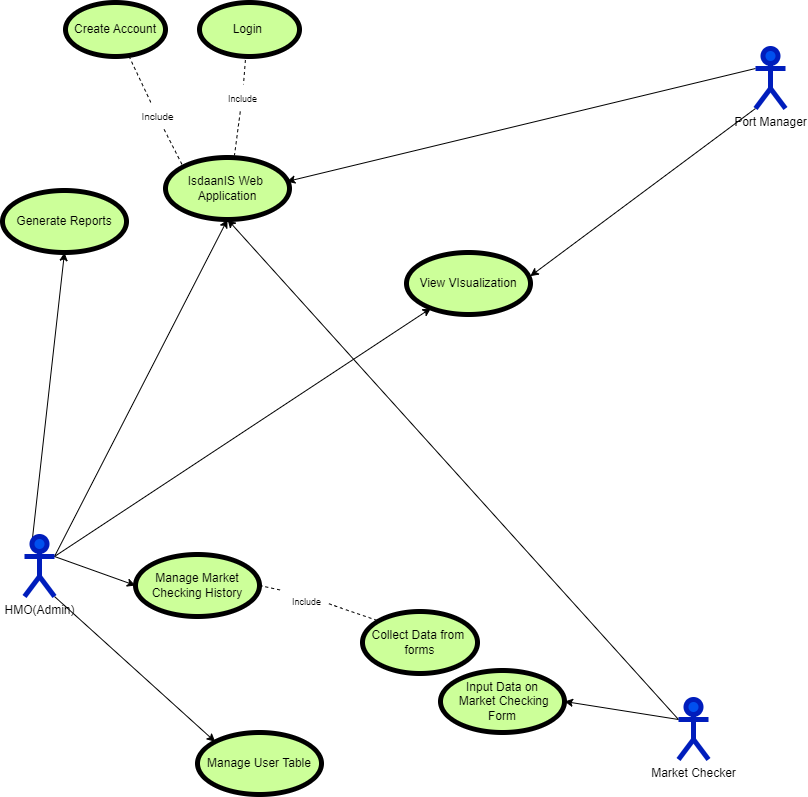
The draw.io diagram FisheryManagement/UCDIsdaanIS.drawio.png in bekbek28/ISDAANIS, before a commit. Source tidied: cells renumbered, new cells last; positions are measured from the earlier drawing's top-left corner, leaving out a move shared by most shapes. Source of this version:
```xml
<mxGraphModel background="#ffffff">
  <root>
    <mxCell id="0" />
    <mxCell id="1" parent="0" />
    <mxCell id="2" style="edgeStyle=none;html=1;exitX=0;exitY=0.3333333333333333;exitDx=0;exitDy=0;exitPerimeter=0;entryX=0.5;entryY=1;entryDx=0;entryDy=0;fontColor=#000000;strokeColor=#000000;" parent="1" edge="1" source="4" target="14">
      <mxGeometry relative="1" as="geometry" />
    </mxCell>
    <mxCell id="3" style="edgeStyle=none;html=1;exitX=0;exitY=0.3333333333333333;exitDx=0;exitDy=0;exitPerimeter=0;entryX=1;entryY=0.5;entryDx=0;entryDy=0;strokeColor=#000000;fontColor=#000000;" parent="1" edge="1" source="4" target="17">
      <mxGeometry relative="1" as="geometry" />
    </mxCell>
    <mxCell id="4" value="&lt;font color=&quot;#000000&quot;&gt;Market Checker&lt;/font&gt;" style="shape=umlActor;verticalLabelPosition=bottom;verticalAlign=top;html=1;outlineConnect=0;strokeWidth=5;fillColor=#0050ef;fontColor=#ffffff;strokeColor=#001DBC;" parent="1" vertex="1">
      <mxGeometry x="676" y="697" width="30" height="60" as="geometry" />
    </mxCell>
    <mxCell id="5" style="edgeStyle=none;html=1;exitX=1;exitY=0.3333333333333333;exitDx=0;exitDy=0;exitPerimeter=0;entryX=0.5;entryY=1;entryDx=0;entryDy=0;fontColor=#000000;strokeColor=#000000;" parent="1" edge="1" source="10" target="14">
      <mxGeometry relative="1" as="geometry" />
    </mxCell>
    <mxCell id="6" style="edgeStyle=none;html=1;exitX=1;exitY=1;exitDx=0;exitDy=0;exitPerimeter=0;entryX=0;entryY=0;entryDx=0;entryDy=0;strokeColor=#000000;fontColor=#000000;" parent="1" edge="1" source="10" target="18">
      <mxGeometry relative="1" as="geometry" />
    </mxCell>
    <mxCell id="7" style="edgeStyle=none;html=1;exitX=1;exitY=0.3333333333333333;exitDx=0;exitDy=0;exitPerimeter=0;strokeColor=#000000;" parent="1" edge="1" source="10" target="19">
      <mxGeometry relative="1" as="geometry" />
    </mxCell>
    <mxCell id="8" style="edgeStyle=none;html=1;exitX=0.25;exitY=0.1;exitDx=0;exitDy=0;exitPerimeter=0;entryX=0.5;entryY=1;entryDx=0;entryDy=0;strokeColor=#000000;" parent="1" edge="1" source="10" target="20">
      <mxGeometry relative="1" as="geometry" />
    </mxCell>
    <mxCell id="9" style="edgeStyle=none;html=1;exitX=1;exitY=0.3333333333333333;exitDx=0;exitDy=0;exitPerimeter=0;entryX=0;entryY=0.5;entryDx=0;entryDy=0;strokeColor=#000000;fontSize=9;fontColor=#000000;" parent="1" edge="1" source="10" target="24">
      <mxGeometry relative="1" as="geometry" />
    </mxCell>
    <mxCell id="10" value="&lt;font color=&quot;#000000&quot;&gt;HMO(Admin)&lt;/font&gt;" style="shape=umlActor;verticalLabelPosition=bottom;verticalAlign=top;html=1;outlineConnect=0;strokeWidth=5;fillColor=#0050ef;fontColor=#ffffff;strokeColor=#001DBC;" parent="1" vertex="1">
      <mxGeometry x="22" y="534" width="30" height="60" as="geometry" />
    </mxCell>
    <mxCell id="11" style="edgeStyle=none;html=1;exitX=0;exitY=0.3333333333333333;exitDx=0;exitDy=0;exitPerimeter=0;entryX=0.978;entryY=0.388;entryDx=0;entryDy=0;fontColor=#000000;strokeColor=#000000;entryPerimeter=0;" parent="1" edge="1" source="13" target="14">
      <mxGeometry relative="1" as="geometry" />
    </mxCell>
    <mxCell id="12" style="edgeStyle=none;html=1;exitX=0;exitY=1;exitDx=0;exitDy=0;exitPerimeter=0;entryX=0.998;entryY=0.382;entryDx=0;entryDy=0;entryPerimeter=0;strokeColor=#000000;" parent="1" edge="1" source="13" target="19">
      <mxGeometry relative="1" as="geometry" />
    </mxCell>
    <mxCell id="13" value="Port Manager" style="shape=umlActor;verticalLabelPosition=bottom;verticalAlign=top;html=1;outlineConnect=0;strokeWidth=5;fillColor=#0050ef;fontColor=#000000;strokeColor=#001DBC;" parent="1" vertex="1">
      <mxGeometry x="753" y="46" width="30" height="60" as="geometry" />
    </mxCell>
    <mxCell id="14" value="IsdaanIS Web&amp;nbsp;&lt;br&gt;Application" style="ellipse;whiteSpace=wrap;html=1;labelBackgroundColor=none;strokeWidth=5;fontColor=#000000;fillColor=#CCFF99;labelBorderColor=none;" parent="1" vertex="1">
      <mxGeometry x="163" y="155" width="124" height="62" as="geometry" />
    </mxCell>
    <mxCell id="15" value="Login&amp;nbsp;" style="ellipse;whiteSpace=wrap;html=1;labelBackgroundColor=none;labelBorderColor=none;strokeWidth=5;fontColor=#000000;fillColor=#CCFF99;" parent="1" vertex="1">
      <mxGeometry x="197" width="100" height="54" as="geometry" />
    </mxCell>
    <mxCell id="16" value="Create Account" style="ellipse;whiteSpace=wrap;html=1;labelBackgroundColor=none;labelBorderColor=none;strokeWidth=5;fontColor=#000000;fillColor=#CCFF99;" parent="1" vertex="1">
      <mxGeometry x="63" width="100" height="54" as="geometry" />
    </mxCell>
    <mxCell id="17" value="Input Data on&lt;br&gt;&amp;nbsp;Market Checking&lt;br&gt;Form" style="ellipse;whiteSpace=wrap;html=1;labelBackgroundColor=none;strokeWidth=5;fontColor=#000000;fillColor=#CCFF99;labelBorderColor=none;" parent="1" vertex="1">
      <mxGeometry x="438" y="668" width="124" height="62" as="geometry" />
    </mxCell>
    <mxCell id="18" value="Manage User Table" style="ellipse;whiteSpace=wrap;html=1;labelBackgroundColor=none;strokeWidth=5;fontColor=#000000;fillColor=#CCFF99;labelBorderColor=none;" parent="1" vertex="1">
      <mxGeometry x="195" y="730" width="124" height="62" as="geometry" />
    </mxCell>
    <mxCell id="19" value="View VIsualization" style="ellipse;whiteSpace=wrap;html=1;labelBackgroundColor=none;strokeWidth=5;fontColor=#000000;fillColor=#CCFF99;labelBorderColor=none;" parent="1" vertex="1">
      <mxGeometry x="404" y="250" width="124" height="62" as="geometry" />
    </mxCell>
    <mxCell id="20" value="Generate Reports" style="ellipse;whiteSpace=wrap;html=1;labelBackgroundColor=none;strokeWidth=5;fontColor=#000000;fillColor=#CCFF99;labelBorderColor=none;" parent="1" vertex="1">
      <mxGeometry y="188" width="124" height="62" as="geometry" />
    </mxCell>
    <mxCell id="21" value="&lt;font style=&quot;font-size: 9px;&quot; color=&quot;#000000&quot;&gt;Include&lt;/font&gt;" style="text;html=1;align=center;verticalAlign=middle;points=[];strokeColor=none;fillColor=none;dashed=1;dashPattern=8 8;" parent="1" vertex="1">
      <mxGeometry x="216" y="83" width="47" height="26" as="geometry" />
    </mxCell>
    <mxCell id="22" value="&lt;font style=&quot;font-size: 10px;&quot; color=&quot;#000000&quot;&gt;Include&lt;/font&gt;" style="text;html=1;align=center;verticalAlign=middle;points=[];strokeColor=none;fillColor=none;" parent="1" vertex="1">
      <mxGeometry x="130" y="101" width="50" height="26" as="geometry" />
    </mxCell>
    <mxCell id="23" value="Collect Data from&amp;nbsp;&lt;br&gt;forms" style="ellipse;whiteSpace=wrap;html=1;labelBackgroundColor=none;strokeWidth=5;fontColor=#000000;fillColor=#CCFF99;labelBorderColor=none;" parent="1" vertex="1">
      <mxGeometry x="360" y="609" width="115" height="62" as="geometry" />
    </mxCell>
    <mxCell id="24" value="Manage Market Checking History" style="ellipse;whiteSpace=wrap;html=1;labelBackgroundColor=none;strokeWidth=5;fontColor=#000000;fillColor=#CCFF99;labelBorderColor=none;" parent="1" vertex="1">
      <mxGeometry x="133" y="552" width="124" height="62" as="geometry" />
    </mxCell>
    <mxCell id="25" style="endArrow=none;dashed=1;html=1;strokeColor=#000000;fontSize=9;fontColor=#000000;exitX=0.987;exitY=0.574;exitDx=0;exitDy=0;entryX=0;entryY=0;entryDx=0;entryDy=0;startArrow=none;exitPerimeter=0;" parent="1" edge="1" source="31" target="23">
      <mxGeometry relative="1" as="geometry">
        <Array as="points">
          <mxPoint x="334" y="604" />
        </Array>
      </mxGeometry>
    </mxCell>
    <mxCell id="26" style="endArrow=none;dashed=1;html=1;strokeColor=#000000;fontSize=9;fontColor=#000000;entryX=0;entryY=0;entryDx=0;entryDy=0;" parent="1" edge="1" source="22" target="14">
      <mxGeometry relative="1" as="geometry" />
    </mxCell>
    <mxCell id="27" style="endArrow=none;dashed=1;html=1;strokeColor=#000000;fontSize=9;fontColor=#000000;exitX=0.635;exitY=0.995;exitDx=0;exitDy=0;exitPerimeter=0;" parent="1" edge="1" source="16" target="22">
      <mxGeometry relative="1" as="geometry" />
    </mxCell>
    <mxCell id="28" style="endArrow=none;dashed=1;html=1;strokeColor=#000000;fontSize=9;fontColor=#000000;entryX=0.556;entryY=-0.032;entryDx=0;entryDy=0;entryPerimeter=0;" parent="1" edge="1" source="21" target="14">
      <mxGeometry relative="1" as="geometry" />
    </mxCell>
    <mxCell id="29" style="endArrow=none;dashed=1;html=1;strokeColor=#000000;fontSize=9;fontColor=#000000;entryX=0.532;entryY=-0.043;entryDx=0;entryDy=0;entryPerimeter=0;exitX=0.459;exitY=1.065;exitDx=0;exitDy=0;exitPerimeter=0;" parent="1" edge="1" source="15" target="21">
      <mxGeometry relative="1" as="geometry" />
    </mxCell>
    <mxCell id="30" style="endArrow=none;dashed=1;html=1;strokeColor=#000000;fontSize=9;fontColor=#000000;exitX=1;exitY=0.5;exitDx=0;exitDy=0;entryX=0;entryY=0;entryDx=0;entryDy=0;" parent="1" edge="1" source="24" target="31">
      <mxGeometry relative="1" as="geometry" />
    </mxCell>
    <mxCell id="31" value="Include" style="text;html=1;align=center;verticalAlign=middle;points=[];strokeColor=none;fillColor=none;fontSize=9;fontColor=#000000;" parent="1" vertex="1">
      <mxGeometry x="280" y="588" width="47" height="23" as="geometry" />
    </mxCell>
  </root>
</mxGraphModel>
```
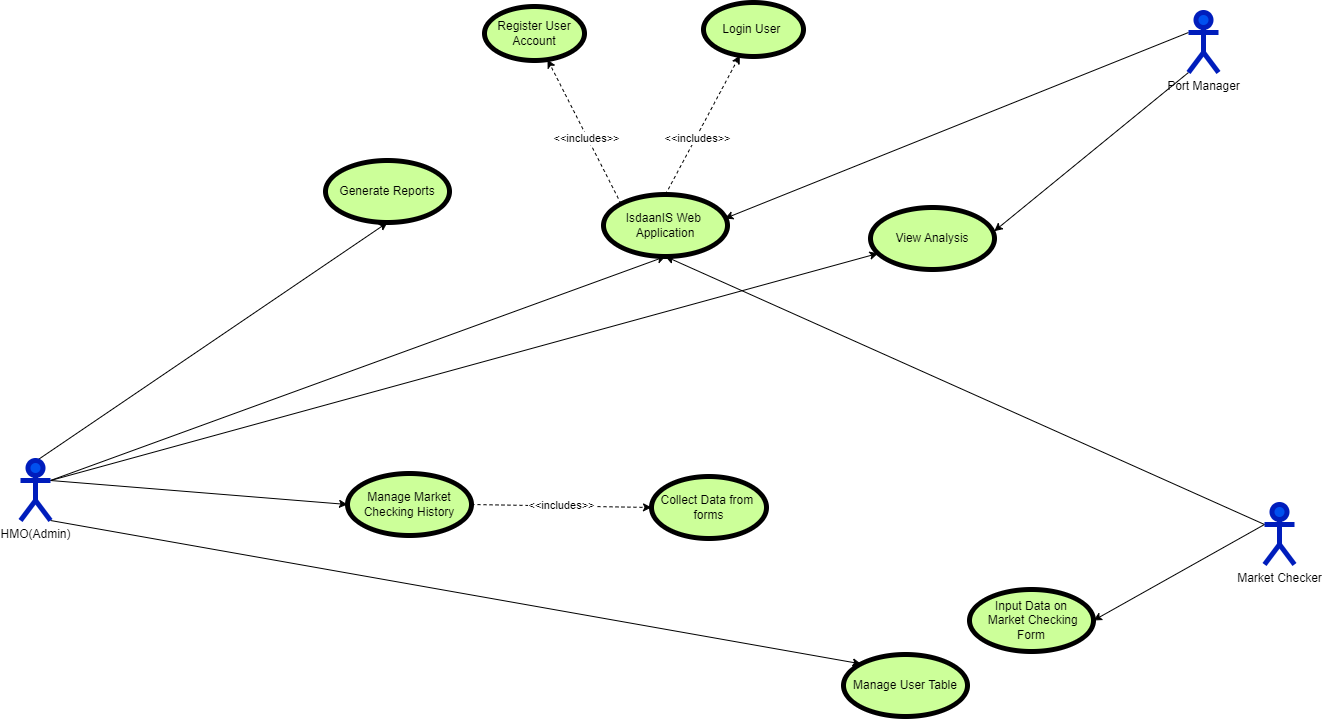
After the commit.

Change to the diagram source:
```diff
@@ -9,7 +9,7 @@
       <mxGeometry relative="1" as="geometry" />
     </mxCell>
     <mxCell id="4" value="&lt;font color=&quot;#000000&quot;&gt;Market Checker&lt;/font&gt;" style="shape=umlActor;verticalLabelPosition=bottom;verticalAlign=top;html=1;outlineConnect=0;strokeWidth=5;fillColor=#0050ef;fontColor=#ffffff;strokeColor=#001DBC;" parent="1" vertex="1">
-      <mxGeometry x="676" y="697" width="30" height="60" as="geometry" />
+      <mxGeometry x="616" y="580" width="30" height="60" as="geometry" />
     </mxCell>
     <mxCell id="5" style="edgeStyle=none;html=1;exitX=1;exitY=0.3333333333333333;exitDx=0;exitDy=0;exitPerimeter=0;entryX=0.5;entryY=1;entryDx=0;entryDy=0;fontColor=#000000;strokeColor=#000000;" parent="1" edge="1" source="10" target="14">
       <mxGeometry relative="1" as="geometry" />
@@ -27,7 +27,7 @@
       <mxGeometry relative="1" as="geometry" />
     </mxCell>
     <mxCell id="10" value="&lt;font color=&quot;#000000&quot;&gt;HMO(Admin)&lt;/font&gt;" style="shape=umlActor;verticalLabelPosition=bottom;verticalAlign=top;html=1;outlineConnect=0;strokeWidth=5;fillColor=#0050ef;fontColor=#ffffff;strokeColor=#001DBC;" parent="1" vertex="1">
-      <mxGeometry x="22" y="534" width="30" height="60" as="geometry" />
+      <mxGeometry x="-628" y="536" width="30" height="60" as="geometry" />
     </mxCell>
     <mxCell id="11" style="edgeStyle=none;html=1;exitX=0;exitY=0.3333333333333333;exitDx=0;exitDy=0;exitPerimeter=0;entryX=0.978;entryY=0.388;entryDx=0;entryDy=0;fontColor=#000000;strokeColor=#000000;entryPerimeter=0;" parent="1" edge="1" source="13" target="14">
       <mxGeometry relative="1" as="geometry" />
@@ -36,65 +36,49 @@
       <mxGeometry relative="1" as="geometry" />
     </mxCell>
     <mxCell id="13" value="Port Manager" style="shape=umlActor;verticalLabelPosition=bottom;verticalAlign=top;html=1;outlineConnect=0;strokeWidth=5;fillColor=#0050ef;fontColor=#000000;strokeColor=#001DBC;" parent="1" vertex="1">
-      <mxGeometry x="753" y="46" width="30" height="60" as="geometry" />
+      <mxGeometry x="540" y="88" width="30" height="60" as="geometry" />
     </mxCell>
+    <mxCell id="32" style="edgeStyle=none;html=1;exitX=0.5;exitY=0;exitDx=0;exitDy=0;dashed=1;" parent="1" edge="1" source="14" target="15">
+      <mxGeometry relative="1" as="geometry" />
+    </mxCell>
+    <mxCell id="33" value="&amp;lt;&amp;lt;includes&amp;gt;&amp;gt;" style="edgeLabel;html=1;align=center;verticalAlign=middle;" parent="32" vertex="1">
+      <mxGeometry x="-0.18" y="-1" relative="1" as="geometry" />
+    </mxCell>
+    <mxCell id="34" style="edgeStyle=none;html=1;exitX=0;exitY=0;exitDx=0;exitDy=0;dashed=1;" parent="1" edge="1" source="14" target="16">
+      <mxGeometry relative="1" as="geometry" />
+    </mxCell>
+    <mxCell id="35" value="&amp;lt;&amp;lt;includes&amp;gt;&amp;gt;" style="edgeLabel;html=1;align=center;verticalAlign=middle;" parent="34" vertex="1">
+      <mxGeometry x="-0.08" y="1" relative="1" as="geometry" />
+    </mxCell>
     <mxCell id="14" value="IsdaanIS Web&amp;nbsp;&lt;br&gt;Application" style="ellipse;whiteSpace=wrap;html=1;labelBackgroundColor=none;strokeWidth=5;fontColor=#000000;fillColor=#CCFF99;labelBorderColor=none;" parent="1" vertex="1">
-      <mxGeometry x="163" y="155" width="124" height="62" as="geometry" />
+      <mxGeometry x="-45" y="270" width="124" height="62" as="geometry" />
     </mxCell>
-    <mxCell id="15" value="Login&amp;nbsp;" style="ellipse;whiteSpace=wrap;html=1;labelBackgroundColor=none;labelBorderColor=none;strokeWidth=5;fontColor=#000000;fillColor=#CCFF99;" parent="1" vertex="1">
-      <mxGeometry x="197" width="100" height="54" as="geometry" />
+    <mxCell id="15" value="Login User&amp;nbsp;" style="ellipse;whiteSpace=wrap;html=1;labelBackgroundColor=none;labelBorderColor=none;strokeWidth=5;fontColor=#000000;fillColor=#CCFF99;" parent="1" vertex="1">
+      <mxGeometry x="55" y="78" width="100" height="54" as="geometry" />
     </mxCell>
-    <mxCell id="16" value="Create Account" style="ellipse;whiteSpace=wrap;html=1;labelBackgroundColor=none;labelBorderColor=none;strokeWidth=5;fontColor=#000000;fillColor=#CCFF99;" parent="1" vertex="1">
-      <mxGeometry x="63" width="100" height="54" as="geometry" />
+    <mxCell id="16" value="Register User Account" style="ellipse;whiteSpace=wrap;html=1;labelBackgroundColor=none;labelBorderColor=none;strokeWidth=5;fontColor=#000000;fillColor=#CCFF99;" parent="1" vertex="1">
+      <mxGeometry x="-164" y="82" width="100" height="54" as="geometry" />
     </mxCell>
     <mxCell id="17" value="Input Data on&lt;br&gt;&amp;nbsp;Market Checking&lt;br&gt;Form" style="ellipse;whiteSpace=wrap;html=1;labelBackgroundColor=none;strokeWidth=5;fontColor=#000000;fillColor=#CCFF99;labelBorderColor=none;" parent="1" vertex="1">
-      <mxGeometry x="438" y="668" width="124" height="62" as="geometry" />
+      <mxGeometry x="321" y="665" width="124" height="62" as="geometry" />
     </mxCell>
     <mxCell id="18" value="Manage User Table" style="ellipse;whiteSpace=wrap;html=1;labelBackgroundColor=none;strokeWidth=5;fontColor=#000000;fillColor=#CCFF99;labelBorderColor=none;" parent="1" vertex="1">
       <mxGeometry x="195" y="730" width="124" height="62" as="geometry" />
     </mxCell>
-    <mxCell id="19" value="View VIsualization" style="ellipse;whiteSpace=wrap;html=1;labelBackgroundColor=none;strokeWidth=5;fontColor=#000000;fillColor=#CCFF99;labelBorderColor=none;" parent="1" vertex="1">
-      <mxGeometry x="404" y="250" width="124" height="62" as="geometry" />
+    <mxCell id="19" value="View Analysis" style="ellipse;whiteSpace=wrap;html=1;labelBackgroundColor=none;strokeWidth=5;fontColor=#000000;fillColor=#CCFF99;labelBorderColor=none;" parent="1" vertex="1">
+      <mxGeometry x="222" y="283" width="124" height="62" as="geometry" />
     </mxCell>
     <mxCell id="20" value="Generate Reports" style="ellipse;whiteSpace=wrap;html=1;labelBackgroundColor=none;strokeWidth=5;fontColor=#000000;fillColor=#CCFF99;labelBorderColor=none;" parent="1" vertex="1">
-      <mxGeometry y="188" width="124" height="62" as="geometry" />
+      <mxGeometry x="-323" y="236" width="124" height="62" as="geometry" />
     </mxCell>
-    <mxCell id="21" value="&lt;font style=&quot;font-size: 9px;&quot; color=&quot;#000000&quot;&gt;Include&lt;/font&gt;" style="text;html=1;align=center;verticalAlign=middle;points=[];strokeColor=none;fillColor=none;dashed=1;dashPattern=8 8;" parent="1" vertex="1">
-      <mxGeometry x="216" y="83" width="47" height="26" as="geometry" />
-    </mxCell>
-    <mxCell id="22" value="&lt;font style=&quot;font-size: 10px;&quot; color=&quot;#000000&quot;&gt;Include&lt;/font&gt;" style="text;html=1;align=center;verticalAlign=middle;points=[];strokeColor=none;fillColor=none;" parent="1" vertex="1">
-      <mxGeometry x="130" y="101" width="50" height="26" as="geometry" />
-    </mxCell>
     <mxCell id="23" value="Collect Data from&amp;nbsp;&lt;br&gt;forms" style="ellipse;whiteSpace=wrap;html=1;labelBackgroundColor=none;strokeWidth=5;fontColor=#000000;fillColor=#CCFF99;labelBorderColor=none;" parent="1" vertex="1">
-      <mxGeometry x="360" y="609" width="115" height="62" as="geometry" />
+      <mxGeometry x="3" y="552" width="115" height="62" as="geometry" />
     </mxCell>
+    <mxCell id="30" value="&amp;lt;&amp;lt;includes&amp;gt;&amp;gt;" style="edgeStyle=none;html=1;exitX=1;exitY=0.5;exitDx=0;exitDy=0;entryX=0;entryY=0.5;entryDx=0;entryDy=0;dashed=1;" parent="1" edge="1" source="24" target="23">
+      <mxGeometry relative="1" as="geometry" />
+    </mxCell>
     <mxCell id="24" value="Manage Market Checking History" style="ellipse;whiteSpace=wrap;html=1;labelBackgroundColor=none;strokeWidth=5;fontColor=#000000;fillColor=#CCFF99;labelBorderColor=none;" parent="1" vertex="1">
-      <mxGeometry x="133" y="552" width="124" height="62" as="geometry" />
+      <mxGeometry x="-301" y="549" width="124" height="62" as="geometry" />
     </mxCell>
-    <mxCell id="25" style="endArrow=none;dashed=1;html=1;strokeColor=#000000;fontSize=9;fontColor=#000000;exitX=0.987;exitY=0.574;exitDx=0;exitDy=0;entryX=0;entryY=0;entryDx=0;entryDy=0;startArrow=none;exitPerimeter=0;" parent="1" edge="1" source="31" target="23">
-      <mxGeometry relative="1" as="geometry">
-        <Array as="points">
-          <mxPoint x="334" y="604" />
-        </Array>
-      </mxGeometry>
-    </mxCell>
-    <mxCell id="26" style="endArrow=none;dashed=1;html=1;strokeColor=#000000;fontSize=9;fontColor=#000000;entryX=0;entryY=0;entryDx=0;entryDy=0;" parent="1" edge="1" source="22" target="14">
-      <mxGeometry relative="1" as="geometry" />
-    </mxCell>
-    <mxCell id="27" style="endArrow=none;dashed=1;html=1;strokeColor=#000000;fontSize=9;fontColor=#000000;exitX=0.635;exitY=0.995;exitDx=0;exitDy=0;exitPerimeter=0;" parent="1" edge="1" source="16" target="22">
-      <mxGeometry relative="1" as="geometry" />
-    </mxCell>
-    <mxCell id="28" style="endArrow=none;dashed=1;html=1;strokeColor=#000000;fontSize=9;fontColor=#000000;entryX=0.556;entryY=-0.032;entryDx=0;entryDy=0;entryPerimeter=0;" parent="1" edge="1" source="21" target="14">
-      <mxGeometry relative="1" as="geometry" />
-    </mxCell>
-    <mxCell id="29" style="endArrow=none;dashed=1;html=1;strokeColor=#000000;fontSize=9;fontColor=#000000;entryX=0.532;entryY=-0.043;entryDx=0;entryDy=0;entryPerimeter=0;exitX=0.459;exitY=1.065;exitDx=0;exitDy=0;exitPerimeter=0;" parent="1" edge="1" source="15" target="21">
-      <mxGeometry relative="1" as="geometry" />
-    </mxCell>
-    <mxCell id="30" style="endArrow=none;dashed=1;html=1;strokeColor=#000000;fontSize=9;fontColor=#000000;exitX=1;exitY=0.5;exitDx=0;exitDy=0;entryX=0;entryY=0;entryDx=0;entryDy=0;" parent="1" edge="1" source="24" target="31">
-      <mxGeometry relative="1" as="geometry" />
-    </mxCell>
-    <mxCell id="31" value="Include" style="text;html=1;align=center;verticalAlign=middle;points=[];strokeColor=none;fillColor=none;fontSize=9;fontColor=#000000;" parent="1" vertex="1">
-      <mxGeometry x="280" y="588" width="47" height="23" as="geometry" />
-    </mxCell>
   </root>
 </mxGraphModel>
```
